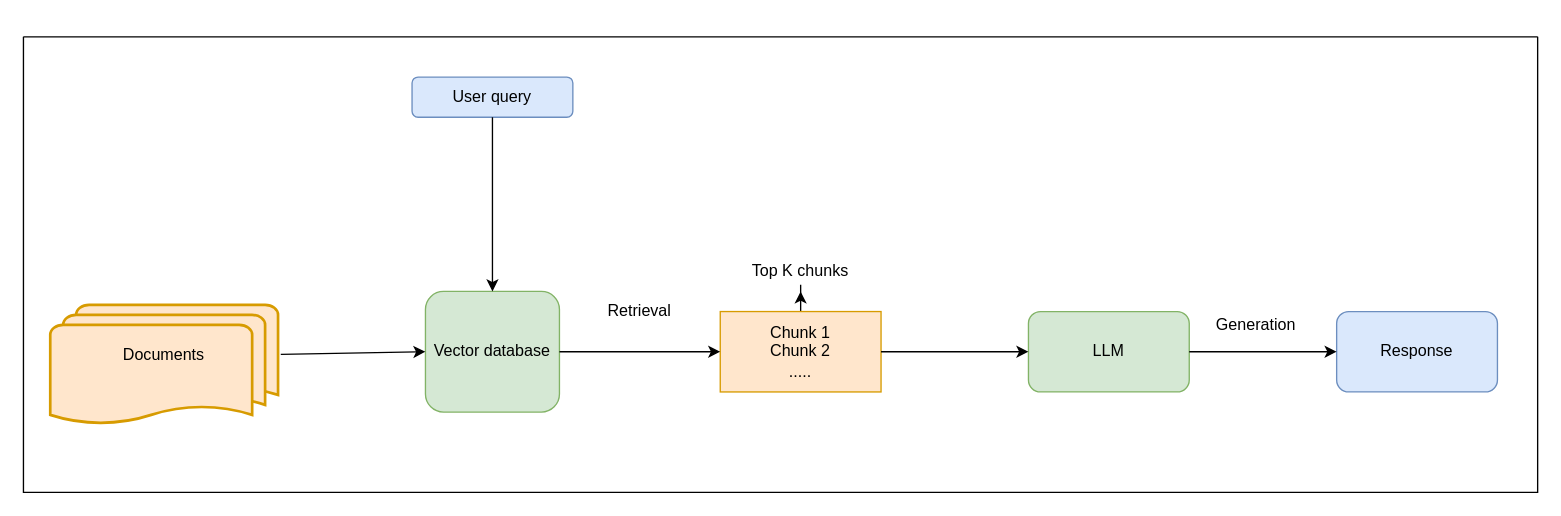
Above: flowchart/rag.drawio in czotterbenedek/rag-onlineclustering-optimization (draw.io), before the change. Source tidied: cells renumbered, new cells numbered last; positions are measured from the earlier drawing's top-left corner, leaving out a move shared by most shapes. Both pictures are drawn from the tidied source at 134%, with x=0, y=0 at pixel (23, 36).
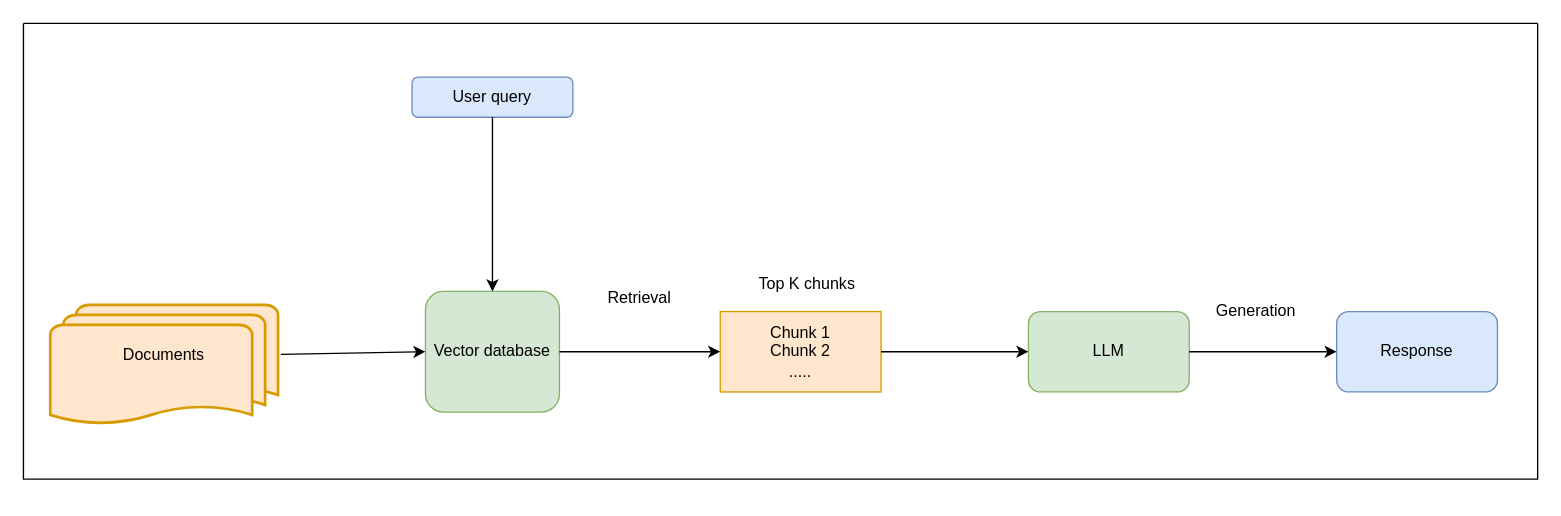
After the change.

Commit message (it also covers changes not shown here):
:construction: tdk ppt v2

Diff of the diagram source:
```diff
@@
 <mxGraphModel background="#FFFFFF">
   <root>
     <mxCell id="0" />
     <mxCell id="1" parent="0" />
     <mxCell id="2" value="User query" style="rounded=1;whiteSpace=wrap;html=1;fillColor=#dae8fc;strokeColor=#6c8ebf;" parent="1" vertex="1">
       <mxGeometry x="290" y="30" width="120" height="30" as="geometry" />
     </mxCell>
     <mxCell id="3" value="Vector database" style="rounded=1;whiteSpace=wrap;html=1;fillColor=#d5e8d4;strokeColor=#82b366;" parent="1" vertex="1">
       <mxGeometry x="300" y="190" width="100" height="90" as="geometry" />
     </mxCell>
     <mxCell id="4" value="Documents&lt;div&gt;&lt;br&gt;&lt;/div&gt;" style="strokeWidth=2;html=1;shape=mxgraph.flowchart.multi-document;whiteSpace=wrap;fillColor=#ffe6cc;strokeColor=#d79b00;" parent="1" vertex="1">
       <mxGeometry x="20" y="200" width="170" height="90" as="geometry" />
     </mxCell>
     <mxCell id="5" style="endArrow=classic;html=1;rounded=0;exitX=1.012;exitY=0.411;exitDx=0;exitDy=0;exitPerimeter=0;entryX=0;entryY=0.5;entryDx=0;entryDy=0;" parent="1" edge="1" source="4" target="3">
       <mxGeometry relative="1" as="geometry" />
     </mxCell>
     <mxCell id="6" style="endArrow=classic;html=1;rounded=0;exitX=0.5;exitY=1;exitDx=0;exitDy=0;entryX=0.5;entryY=0;entryDx=0;entryDy=0;" parent="1" edge="1" source="2" target="3">
       <mxGeometry relative="1" as="geometry" />
     </mxCell>
-    <mxCell id="7" style="edgeStyle=orthogonalEdgeStyle;rounded=0;jettySize=auto;html=1;" parent="1" edge="1" source="8" target="9">
-      <mxGeometry relative="1" as="geometry" />
-    </mxCell>
     <mxCell id="8" value="Chunk 1&lt;div&gt;Chunk 2&lt;/div&gt;&lt;div&gt;.....&lt;/div&gt;" style="rounded=0;whiteSpace=wrap;html=1;fillColor=#ffe6cc;strokeColor=#d79b00;" parent="1" vertex="1">
       <mxGeometry x="520" y="205" width="120" height="60" as="geometry" />
     </mxCell>
-    <mxCell id="9" value="Top K chunks" style="text;html=1;align=center;verticalAlign=middle;whiteSpace=wrap;rounded=0;" parent="1" vertex="1">
-      <mxGeometry x="535" y="160" width="90" height="30" as="geometry" />
-    </mxCell>
     <mxCell id="10" style="endArrow=classic;html=1;rounded=0;entryX=0;entryY=0.5;entryDx=0;entryDy=0;exitX=1;exitY=0.5;exitDx=0;exitDy=0;" parent="1" edge="1" source="3" target="8">
       <mxGeometry relative="1" as="geometry" />
     </mxCell>
     <mxCell id="11" value="LLM" style="rounded=1;whiteSpace=wrap;html=1;fillColor=#d5e8d4;strokeColor=#82b366;" parent="1" vertex="1">
       <mxGeometry x="750" y="205" width="120" height="60" as="geometry" />
     </mxCell>
     <mxCell id="12" value="Response" style="rounded=1;whiteSpace=wrap;html=1;fillColor=#dae8fc;strokeColor=#6c8ebf;" parent="1" vertex="1">
       <mxGeometry x="980" y="205" width="120" height="60" as="geometry" />
     </mxCell>
     <mxCell id="13" style="endArrow=classic;html=1;rounded=0;entryX=0;entryY=0.5;entryDx=0;entryDy=0;exitX=1;exitY=0.5;exitDx=0;exitDy=0;" parent="1" edge="1" source="8" target="11">
       <mxGeometry relative="1" as="geometry" />
     </mxCell>
     <mxCell id="14" style="endArrow=classic;html=1;rounded=0;entryX=0;entryY=0.5;entryDx=0;entryDy=0;exitX=1;exitY=0.5;exitDx=0;exitDy=0;" parent="1" edge="1" source="11" target="12">
       <mxGeometry relative="1" as="geometry" />
     </mxCell>
     <mxCell id="15" style="swimlane;startSize=0;" parent="1" vertex="1">
-      <mxGeometry width="1130" height="340" as="geometry" />
+      <mxGeometry y="-10" width="1130" height="340" as="geometry" />
     </mxCell>
     <mxCell id="16" value="Generation" style="text;html=1;align=center;verticalAlign=middle;whiteSpace=wrap;rounded=0;" parent="15" vertex="1">
       <mxGeometry x="890" y="200" width="60" height="30" as="geometry" />
     </mxCell>
     <mxCell id="17" value="Retrieval" style="text;html=1;align=center;verticalAlign=middle;whiteSpace=wrap;rounded=0;" parent="15" vertex="1">
       <mxGeometry x="430" y="190" width="60" height="30" as="geometry" />
     </mxCell>
+    <mxCell id="9" value="Top K chunks" style="text;html=1;align=center;verticalAlign=middle;whiteSpace=wrap;rounded=0;" parent="15" vertex="1">
+      <mxGeometry x="540" y="180" width="90" height="30" as="geometry" />
+    </mxCell>
   </root>
 </mxGraphModel>
```
